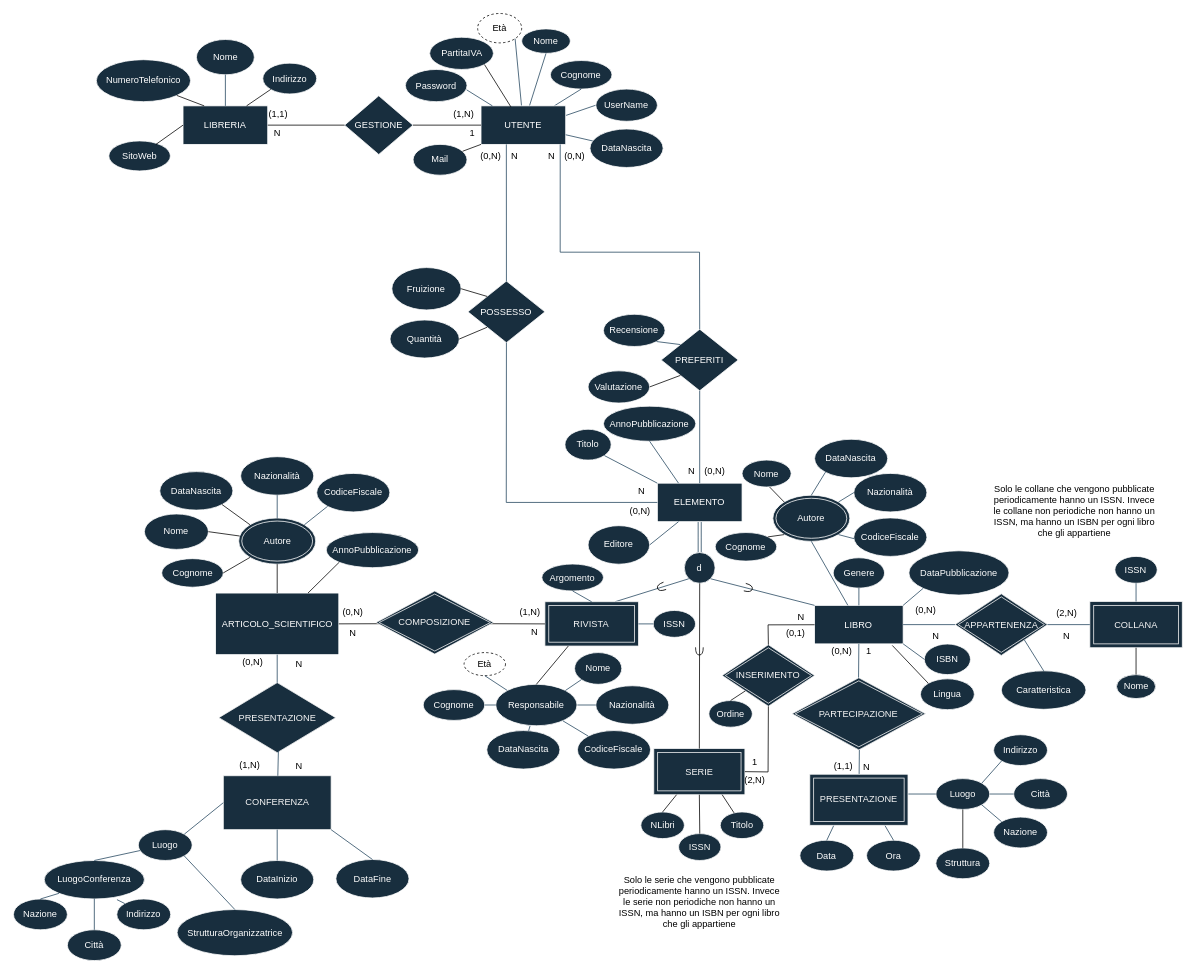
Before: DiagrammaER v1.3.1(ristrutturato).drawio in Giovk/Sistema-di-una-Bibleoteca-Digitale, a draw.io diagram. Source tidied: cells renumbered, new cells numbered last; positions are measured from the earlier drawing's top-left corner, leaving out a move shared by most shapes. Both pictures are drawn from the tidied source at 77%, with x=0, y=0 at pixel (13, 13).
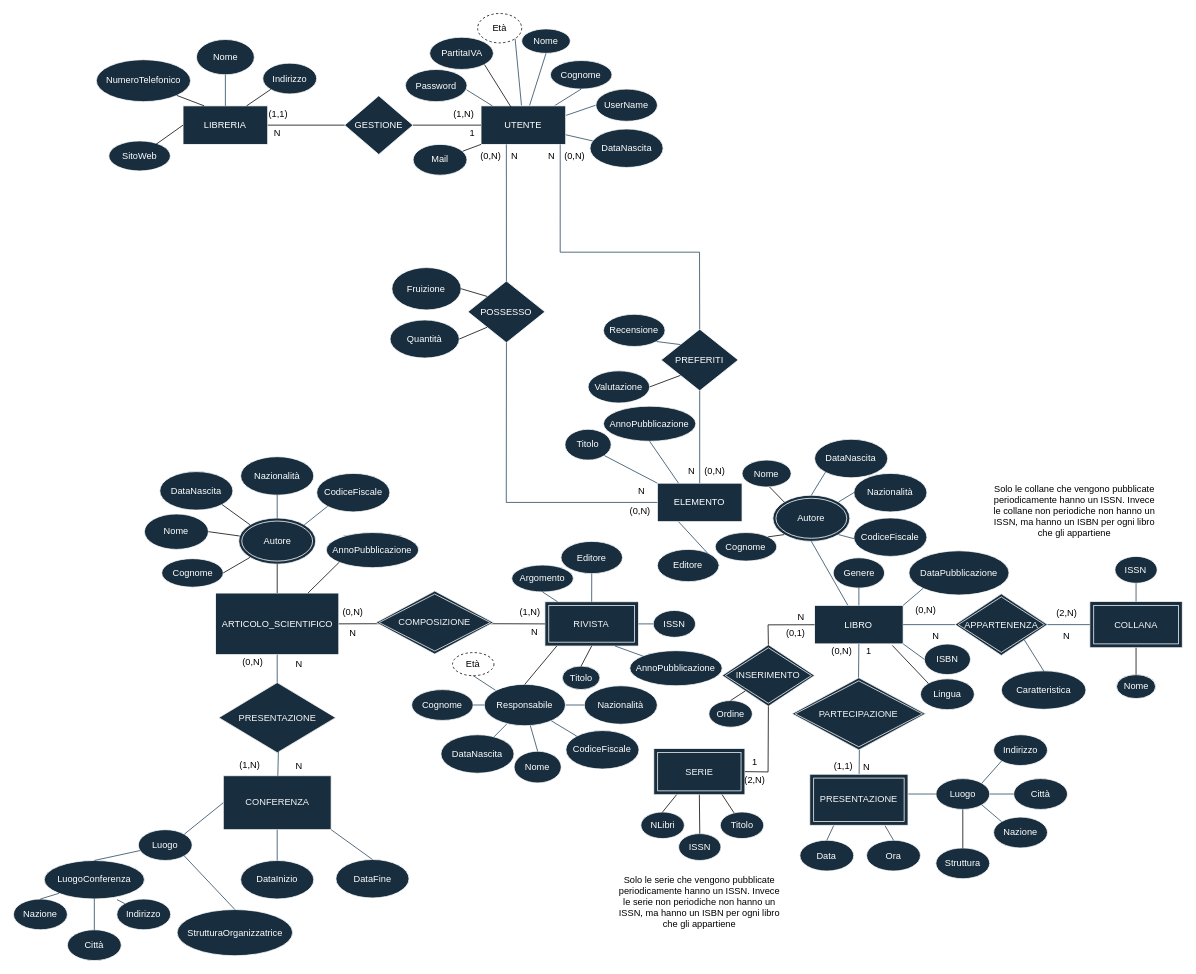
After the change.

The change refers to these unchanged cells:
```xml
<mxCell id="3" value="ELEMENTO" style="rounded=0;whiteSpace=wrap;html=1;fillColor=#182E3E;strokeColor=#FFFFFF;fontColor=#FFFFFF;" parent="1" vertex="1">
  <mxGeometry x="836.2" y="610" width="110" height="50" as="geometry" />
</mxCell>
<mxCell id="5" value="LIBRO" style="rounded=0;whiteSpace=wrap;html=1;fillColor=#182E3E;strokeColor=#FFFFFF;fontColor=#FFFFFF;" parent="1" vertex="1">
  <mxGeometry x="1040.4" y="768.7" width="115" height="50" as="geometry" />
</mxCell>
<mxCell id="59" value="RIVISTA" style="shape=ext;margin=3;double=1;whiteSpace=wrap;html=1;align=center;fillStyle=auto;strokeColor=#F5F5F5;fontColor=#F5F5F5;fillColor=#182E3E;" parent="1" vertex="1">
  <mxGeometry x="690.2" y="764" width="121.4" height="57.5" as="geometry" />
</mxCell>
<mxCell id="171" value="SERIE" style="shape=ext;margin=3;double=1;whiteSpace=wrap;html=1;align=center;fillStyle=auto;strokeColor=#F5F5F5;fontColor=#F5F5F5;fillColor=#182E3E;" parent="1" vertex="1">
  <mxGeometry x="831.6" y="954.7" width="118.3" height="59.9" as="geometry" />
</mxCell>
```

Diff of the diagram source:
```diff
@@
-    <mxCell id="2" style="edgeStyle=orthogonalEdgeStyle;shape=link;rounded=0;jettySize=auto;html=1;exitX=0.5;exitY=1;exitDx=0;exitDy=0;labelBackgroundColor=#FCE7CD;strokeColor=#23445D;" parent="1" edge="1" source="3">
-      <mxGeometry relative="1" as="geometry">
-        <mxPoint x="891.2" y="700" as="targetPoint" />
-      </mxGeometry>
-    </mxCell>
@@
     <mxCell id="16" value="Editore" style="ellipse;whiteSpace=wrap;html=1;fillColor=#182E3E;strokeColor=#FFFFFF;fontColor=#FFFFFF;" parent="1" vertex="1">
-      <mxGeometry x="746.2" y="665.2" width="80" height="50" as="geometry" />
+      <mxGeometry x="836.2" y="696" width="80" height="41.9" as="geometry" />
     </mxCell>
@@
-    <mxCell id="31" value="d" style="ellipse;whiteSpace=wrap;html=1;fillColor=#182E3E;strokeColor=#FFFFFF;fontColor=#FFFFFF;" parent="1" vertex="1">
-      <mxGeometry x="871.2" y="700" width="40" height="40" as="geometry" />
-    </mxCell>
-    <mxCell id="32" style="endArrow=none;html=1;rounded=0;entryX=1;entryY=1;entryDx=0;entryDy=0;startArrow=none;labelBackgroundColor=#FCE7CD;strokeColor=#23445D;exitX=0;exitY=0;exitDx=0;exitDy=0;" parent="1" edge="1" source="5" target="31">
-      <mxGeometry relative="1" as="geometry" />
-    </mxCell>
-    <mxCell id="33" style="endArrow=none;html=1;rounded=0;entryX=0;entryY=1;entryDx=0;entryDy=0;labelBackgroundColor=#FCE7CD;strokeColor=#23445D;exitX=0.75;exitY=0;exitDx=0;exitDy=0;" parent="1" edge="1" source="59" target="31">
-      <mxGeometry relative="1" as="geometry" />
-    </mxCell>
@@
-    <mxCell id="50" style="shape=requiredInterface;html=1;verticalLabelPosition=bottom;sketch=0;strokeColor=#000000;fontColor=#000000;fillColor=none;rotation=15;" parent="1" vertex="1">
-      <mxGeometry x="949.6" y="741.3" width="10" height="10" as="geometry" />
-    </mxCell>
-    <mxCell id="51" style="shape=requiredInterface;html=1;verticalLabelPosition=bottom;sketch=0;strokeColor=#000000;fontColor=#000000;fillColor=none;rotation=-200;" parent="1" vertex="1">
-      <mxGeometry x="836.2" y="740" width="10" height="10" as="geometry" />
-    </mxCell>
@@
     <mxCell id="61" value="Argomento" style="ellipse;whiteSpace=wrap;html=1;fillColor=#182E3E;strokeColor=#FFFFFF;fontColor=#FFFFFF;" parent="1" vertex="1">
-      <mxGeometry x="686.2" y="715" width="80" height="35" as="geometry" />
+      <mxGeometry x="647.1" y="716.3" width="80" height="35" as="geometry" />
     </mxCell>
-    <mxCell id="62" style="endArrow=none;html=1;rounded=0;strokeColor=#23445D;fontColor=#000000;entryX=0.5;entryY=1;entryDx=0;entryDy=0;exitX=0.5;exitY=0;exitDx=0;exitDy=0;" parent="1" edge="1" source="59" target="61">
+    <mxCell id="62" style="endArrow=none;html=1;rounded=0;strokeColor=#23445D;fontColor=#000000;entryX=0.5;entryY=1;entryDx=0;entryDy=0;" parent="1" edge="1" source="59" target="61">
       <mxGeometry relative="1" as="geometry" />
     </mxCell>
     <mxCell id="63" value="Nome" style="ellipse;whiteSpace=wrap;html=1;fillColor=#182E3E;strokeColor=#FFFFFF;fontColor=#FFFFFF;" parent="1" vertex="1">
-      <mxGeometry x="728.7" y="830" width="61.3" height="41.2" as="geometry" />
+      <mxGeometry x="650.1" y="958.1" width="61.3" height="41.2" as="geometry" />
     </mxCell>
     <mxCell id="64" value="Cognome" style="ellipse;whiteSpace=wrap;html=1;fillColor=#182E3E;strokeColor=#FFFFFF;fontColor=#FFFFFF;" parent="1" vertex="1">
-      <mxGeometry x="532.1" y="878.1" width="80" height="40" as="geometry" />
+      <mxGeometry x="517.1" y="878.1" width="80" height="40" as="geometry" />
     </mxCell>
     <mxCell id="65" value="DataNascita" style="ellipse;whiteSpace=wrap;html=1;fillColor=#182E3E;strokeColor=#FFFFFF;fontColor=#FFFFFF;" parent="1" vertex="1">
-      <mxGeometry x="614.7" y="931.3" width="95" height="50" as="geometry" />
+      <mxGeometry x="555.1" y="936.7" width="95" height="50" as="geometry" />
     </mxCell>
@@
     <mxCell id="67" value="CodiceFiscale" style="ellipse;whiteSpace=wrap;html=1;fillColor=#182E3E;strokeColor=#FFFFFF;fontColor=#FFFFFF;" parent="1" vertex="1">
-      <mxGeometry x="732.4" y="931.3" width="95" height="50" as="geometry" />
+      <mxGeometry x="717.4" y="931.3" width="95" height="50" as="geometry" />
     </mxCell>
     <mxCell id="68" value="Nazionalità" style="ellipse;whiteSpace=wrap;html=1;strokeColor=#FFFFFF;fontColor=#FFFFFF;fillColor=#182E3E;" parent="1" vertex="1">
-      <mxGeometry x="756.2" y="873.1" width="95" height="50" as="geometry" />
+      <mxGeometry x="741.2" y="873.1" width="95" height="50" as="geometry" />
     </mxCell>
@@
     <mxCell id="70" value="&lt;font color=&quot;#000000&quot;&gt;Età&lt;/font&gt;" style="ellipse;whiteSpace=wrap;html=1;align=center;dashed=1;strokeColor=#000000;fontColor=#FFFFFF;fillColor=none;" parent="1" vertex="1">
-      <mxGeometry x="585.2" y="830" width="53.8" height="30" as="geometry" />
+      <mxGeometry x="570.2" y="830" width="53.8" height="30" as="geometry" />
     </mxCell>
@@
     <mxCell id="72" value="Responsabile" style="ellipse;whiteSpace=wrap;html=1;fillColor=#182E3E;strokeColor=#FFFFFF;fontColor=#FFFFFF;" parent="1" vertex="1">
-      <mxGeometry x="626.3" y="871.2" width="105.6" height="53.8" as="geometry" />
+      <mxGeometry x="611.3" y="871.2" width="105.6" height="53.8" as="geometry" />
     </mxCell>
@@
-    <mxCell id="91" style="endArrow=none;html=1;rounded=0;strokeColor=#23445D;fontColor=#000000;exitX=0;exitY=1;exitDx=0;exitDy=0;entryX=1;entryY=0;entryDx=0;entryDy=0;" parent="1" edge="1" source="63" target="72">
+    <mxCell id="91" style="endArrow=none;html=1;rounded=0;strokeColor=#23445D;fontColor=#000000;exitX=0.5;exitY=0;exitDx=0;exitDy=0;" parent="1" edge="1" source="63" target="72">
       <mxGeometry relative="1" as="geometry" />
     </mxCell>
@@
-    <mxCell id="175" style="endArrow=none;html=1;rounded=0;exitX=0.5;exitY=0;exitDx=0;exitDy=0;entryX=0.5;entryY=1;entryDx=0;entryDy=0;" parent="1" edge="1" source="171" target="31">
-      <mxGeometry relative="1" as="geometry" />
-    </mxCell>
@@
-    <mxCell id="179" style="shape=requiredInterface;html=1;verticalLabelPosition=bottom;sketch=0;strokeColor=#000000;fontColor=#000000;fillColor=none;rotation=90;" parent="1" vertex="1">
-      <mxGeometry x="885.8" y="823.2" width="10" height="10" as="geometry" />
-    </mxCell>
@@
-    <mxCell id="192" style="endArrow=none;html=1;rounded=0;entryX=0.25;entryY=1;entryDx=0;entryDy=0;exitX=0.5;exitY=0;exitDx=0;exitDy=0;" parent="1" edge="1" source="72" target="59">
-      <mxGeometry relative="1" as="geometry" />
+    <mxCell id="192" style="endArrow=none;html=1;rounded=0;entryX=0.25;entryY=1;entryDx=0;entryDy=0;exitX=0.5;exitY=0;exitDx=0;exitDy=0;" parent="1" edge="1" source="72">
+      <mxGeometry relative="1" as="geometry">
+        <mxPoint x="705.6" y="821.5" as="targetPoint" />
+      </mxGeometry>
     </mxCell>
@@
+    <mxCell id="212" value="Editore" style="ellipse;whiteSpace=wrap;html=1;fillColor=#182E3E;strokeColor=#FFFFFF;fontColor=#FFFFFF;" parent="1" vertex="1">
+      <mxGeometry x="711" y="685.6" width="80" height="41.9" as="geometry" />
+    </mxCell>
+    <mxCell id="213" style="endArrow=none;html=1;rounded=0;exitX=0.5;exitY=0;exitDx=0;exitDy=0;entryX=0.5;entryY=1;entryDx=0;entryDy=0;labelBackgroundColor=#FCE7CD;strokeColor=#23445D;" parent="1" edge="1" source="59" target="212">
+      <mxGeometry relative="1" as="geometry" />
+    </mxCell>
+    <mxCell id="214" value="Titolo" style="ellipse;whiteSpace=wrap;html=1;fillColor=#182E3E;strokeColor=#FFFFFF;fontColor=#FFFFFF;" parent="1" vertex="1">
+      <mxGeometry x="712.7" y="847.5" width="49" height="30.6" as="geometry" />
+    </mxCell>
+    <mxCell id="215" style="endArrow=none;html=1;rounded=0;entryX=0.5;entryY=0;entryDx=0;entryDy=0;exitX=0.5;exitY=1;exitDx=0;exitDy=0;" parent="1" edge="1" source="59" target="214">
+      <mxGeometry relative="1" as="geometry" />
+    </mxCell>
+    <mxCell id="216" value="AnnoPubblicazione" style="ellipse;whiteSpace=wrap;html=1;fillColor=#182E3E;strokeColor=#FFFFFF;fontColor=#FFFFFF;" parent="1" vertex="1">
+      <mxGeometry x="800.4" y="827.5" width="120" height="45.6" as="geometry" />
+    </mxCell>
+    <mxCell id="217" style="endArrow=none;html=1;rounded=0;entryX=0;entryY=0;entryDx=0;entryDy=0;labelBackgroundColor=#FCE7CD;strokeColor=#23445D;exitX=0.75;exitY=1;exitDx=0;exitDy=0;" parent="1" edge="1" source="59" target="216">
+      <mxGeometry relative="1" as="geometry" />
+    </mxCell>
```
